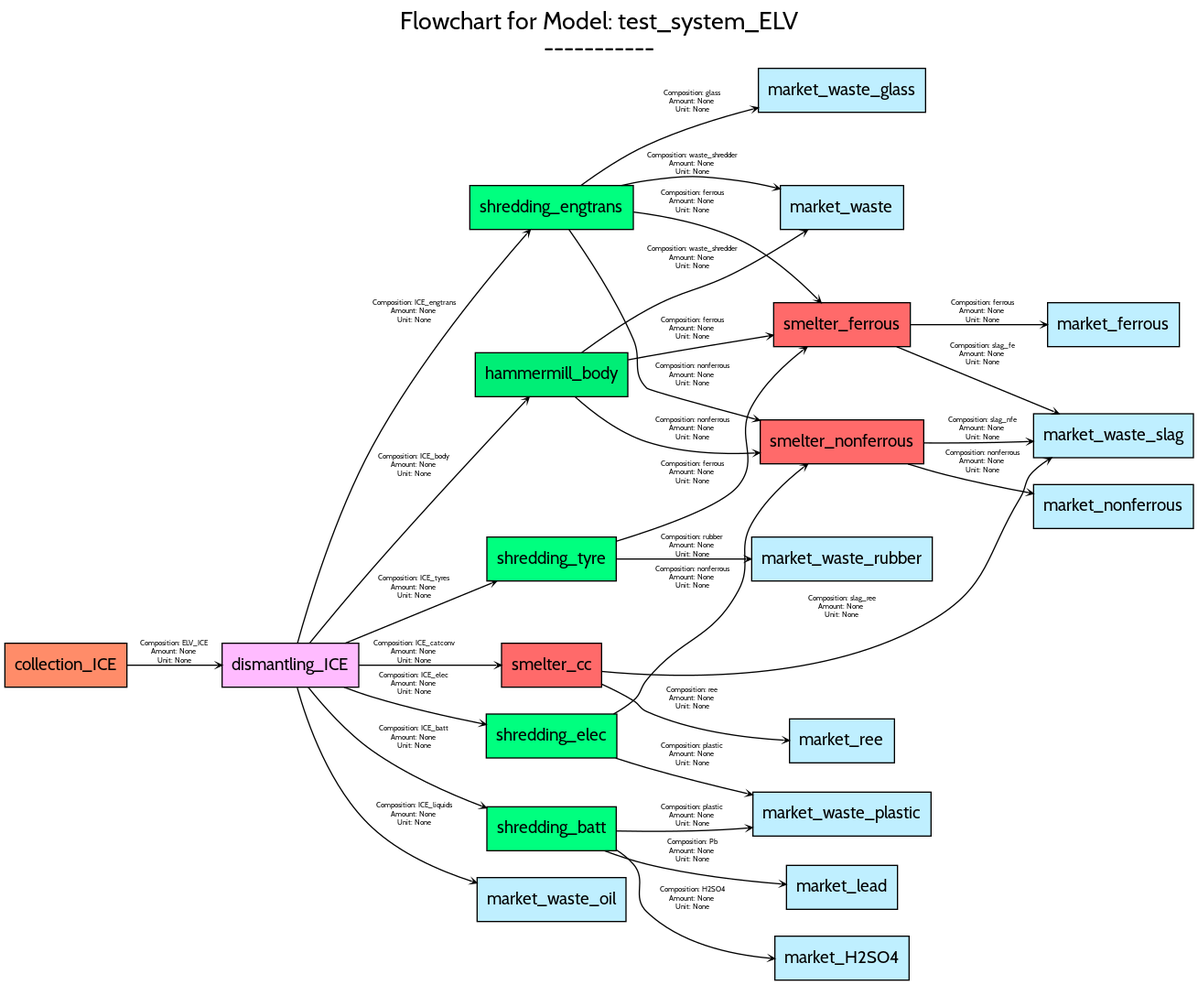
Earlier version of the Graphviz export src/examples/ELV/figures/flowcharts/models/png/test_system_ELV.png (FutuRaM-Project/Recovery-Model). Its source is kept beside it as src/examples/ELV/figures/flowcharts/models/dot/test_system_ELV.dot.
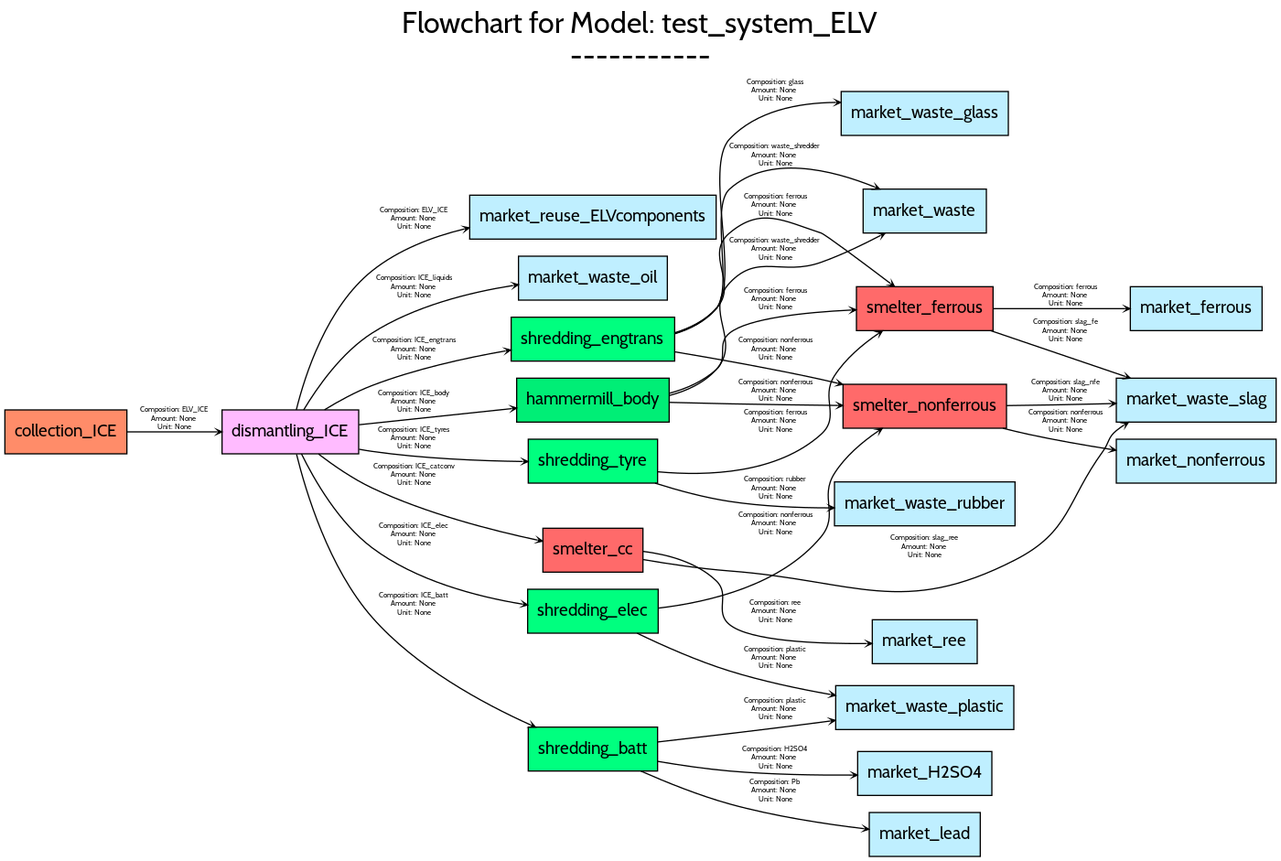
Later version of the same file.

Diff of the diagram source:
```diff
@@ -1,16 +1,16 @@
 digraph {
-	graph [bb="0,0,974,799",
+	graph [bb="0,0,1042,698",
 		engine=neato,
 		fontname=Cabin,
-		fontsize=20,
+		fontsize=24,
 		label="Flowchart for Model: test_system_ELV
 -----------",
 		labeljust=c,
 		labelloc=tc,
-		lheight=0.61,
-		lp="487,773",
-		lwidth=4.54,
-		nodesep=0.3,
+		lheight=0.72,
+		lp="521,668",
+		lwidth=5.43,
+		nodesep=0.2,
 		rankdir=LR,
 		ranksep=0.3
 	];
@@ -29,7 +29,7 @@
 			fontname=Cabin,
 			fontsize=14,
 			height=0.5,
-			pos="50,258",
+			pos="50,348",
 			shape=box,
 			style=filled,
 			width=1.3889];
@@ -48,10 +48,117 @@
 			fontname=Cabin,
 			fontsize=14,
 			height=0.5,
-			pos="234,258",
+			pos="234,348",
 			shape=box,
 			style=filled,
 			width=1.5556];
+	}
+	subgraph market {
+		graph [fontname=Cabin,
+			fontsize=16,
+			label=Market,
+			labelloc=t,
+			margin=25,
+			rank=5,
+			rankdir=LR,
+			style="rounded,filled"
+		];
+		market_reuse_ELVcomponents	[fillcolor=lightblue1,
+			fontname=Cabin,
+			fontsize=14,
+			height=0.5,
+			pos="482,524",
+			shape=box,
+			style=filled,
+			width=2.8056];
+		market_waste_rubber	[fillcolor=lightblue1,
+			fontname=Cabin,
+			fontsize=14,
+			height=0.5,
+			pos="754,289",
+			shape=box,
+			style=filled,
+			width=2.0556];
+		market_ree	[fillcolor=lightblue1,
+			fontname=Cabin,
+			fontsize=14,
+			height=0.5,
+			pos="754,176",
+			shape=box,
+			style=filled,
+			width=1.1944];
+		market_lead	[fillcolor=lightblue1,
+			fontname=Cabin,
+			fontsize=14,
+			height=0.5,
+			pos="754,18",
+			shape=box,
+			style=filled,
+			width=1.2639];
+		market_H2SO4	[fillcolor=lightblue1,
+			fontname=Cabin,
+			fontsize=14,
+			height=0.5,
+			pos="754,68",
+			shape=box,
+			style=filled,
+			width=1.5278];
+		market_nonferrous	[fillcolor=lightblue1,
+			fontname=Cabin,
+			fontsize=14,
+			height=0.5,
+			pos="976.5,324",
+			shape=box,
+			style=filled,
+			width=1.8194];
+		market_ferrous	[fillcolor=lightblue1,
+			fontname=Cabin,
+			fontsize=14,
+			height=0.5,
+			pos="976.5,449",
+			shape=box,
+			style=filled,
+			width=1.5];
+		market_waste	[fillcolor=lightblue1,
+			fontname=Cabin,
+			fontsize=14,
+			height=0.5,
+			pos="754,529",
+			shape=box,
+			style=filled,
+			width=1.4028];
+		market_waste_glass	[fillcolor=lightblue1,
+			fontname=Cabin,
+			fontsize=14,
+			height=0.5,
+			pos="754,609",
+			shape=box,
+			style=filled,
+			width=1.9028];
+		market_waste_plastic	[fillcolor=lightblue1,
+			fontname=Cabin,
+			fontsize=14,
+			height=0.5,
+			pos="754,122",
+			shape=box,
+			style=filled,
+			width=2.0278];
+		market_waste_slag	[fillcolor=lightblue1,
+			fontname=Cabin,
+			fontsize=14,
+			height=0.5,
+			pos="976.5,374",
+			shape=box,
+			style=filled,
+			width=1.8194];
+		market_waste_oil	[fillcolor=lightblue1,
+			fontname=Cabin,
+			fontsize=14,
+			height=0.5,
+			pos="482,474",
+			shape=box,
+			style=filled,
+			width=1.6944];
 	}
 	subgraph shredding {
 		graph [fontname=Cabin,
@@ -67,7 +174,7 @@
 			fontname=Cabin,
 			fontsize=14,
 			height=0.5,
-			pos="448,633",
+			pos="482,424",
 			shape=box,
 			style=filled,
 			width=1.8611];
@@ -75,7 +182,7 @@
 			fontname=Cabin,
 			fontsize=14,
 			height=0.5,
-			pos="448,345",
+			pos="482,324",
 			shape=box,
 			style=filled,
 			width=1.4722];
@@ -83,7 +190,7 @@
 			fontname=Cabin,
 			fontsize=14,
 			height=0.5,
-			pos="448,200",
+			pos="482,201",
 			shape=box,
 			style=filled,
 			width=1.4861];
@@ -91,7 +198,7 @@
 			fontname=Cabin,
 			fontsize=14,
 			height=0.5,
-			pos="448,124",
+			pos="482,88",
 			shape=box,
 			style=filled,
 			width=1.4722];
@@ -110,7 +217,7 @@
 			fontname=Cabin,
 			fontsize=14,
 			height=0.5,
-			pos="448,496",
+			pos="482,374",
 			shape=box,
 			style=filled,
 			width=1.7361];
@@ -129,7 +236,7 @@
 			fontname=Cabin,
 			fontsize=14,
 			height=0.5,
-			pos="448,258",
+			pos="482,251",
 			shape=box,
 			style=filled,
 			width=1.1389];
@@ -137,7 +244,7 @@
 			fontname=Cabin,
 			fontsize=14,
 			height=0.5,
-			pos="686,441",
+			pos="754,369",
 			shape=box,
 			style=filled,
 			width=1.8611];
@@ -145,109 +252,10 @@
 			fontname=Cabin,
 			fontsize=14,
 			height=0.5,
-			pos="686,537",
+			pos="754,449",
 			shape=box,
 			style=filled,
 			width=1.5556];
-	}
-	subgraph market {
-		graph [fontname=Cabin,
-			fontsize=16,
-			label=Market,
-			labelloc=t,
-			margin=25,
-			rank=5,
-			rankdir=LR,
-			style="rounded,filled"
-		];
-		market_waste_rubber	[fillcolor=lightblue1,
-			fontname=Cabin,
-			fontsize=14,
-			height=0.5,
-			pos="686,345",
-			shape=box,
-			style=filled,
-			width=2.0556];
-		market_ree	[fillcolor=lightblue1,
-			fontname=Cabin,
-			fontsize=14,
-			height=0.5,
-			pos="686,196",
-			shape=box,
-			style=filled,
-			width=1.1944];
-		market_lead	[fillcolor=lightblue1,
-			fontname=Cabin,
-			fontsize=14,
-			height=0.5,
-			pos="686,76",
-			shape=box,
-			style=filled,
-			width=1.2639];
-		market_H2SO4	[fillcolor=lightblue1,
-			fontname=Cabin,
-			fontsize=14,
-			height=0.5,
-			pos="686,18",
-			shape=box,
-			style=filled,
-			width=1.5278];
-		market_nonferrous	[fillcolor=lightblue1,
-			fontname=Cabin,
-			fontsize=14,
-			height=0.5,
-			pos="908.5,388",
-			shape=box,
-			style=filled,
-			width=1.8194];
-		market_ferrous	[fillcolor=lightblue1,
-			fontname=Cabin,
-			fontsize=14,
-			height=0.5,
-			pos="908.5,537",
-			shape=box,
-			style=filled,
-			width=1.5];
-		market_waste	[fillcolor=lightblue1,
-			fontname=Cabin,
-			fontsize=14,
-			height=0.5,
-			pos="686,633",
-			shape=box,
-			style=filled,
-			width=1.4028];
-		market_waste_glass	[fillcolor=lightblue1,
-			fontname=Cabin,
-			fontsize=14,
-			height=0.5,
-			pos="686,729",
-			shape=box,
-			style=filled,
-			width=1.9028];
-		market_waste_plastic	[fillcolor=lightblue1,
-			fontname=Cabin,
-			fontsize=14,
-			height=0.5,
-			pos="686,136",
-			shape=box,
-			style=filled,
-			width=2.0278];
-		market_waste_slag	[fillcolor=lightblue1,
-			fontname=Cabin,
-			fontsize=14,
-			height=0.5,
-			pos="908.5,446",
-			shape=box,
-			style=filled,
-			width=1.8194];
-		market_waste_oil	[fillcolor=lightblue1,
-			fontname=Cabin,
-			fontsize=14,
-			height=0.5,
-			pos="448,66",
-			shape=box,
-			style=filled,
-			width=1.6944];
 	}
 	collection_ICE -> dismantling_ICE	[arrowhead=vee,
 		arrowsize=0.4,
@@ -257,8 +265,28 @@
 		label="Composition: ELV_ICE
 Amount: None
 Unit: None",
-		lp="139,268.5",
-		pos="e,177.93,258 100.25,258 122.94,258 150.05,258 173.84,258"];
+		lp="139,358.5",
+		pos="e,177.93,348 100.25,348 122.94,348 150.05,348 173.84,348"];
+	dismantling_ICE -> market_reuse_ELVcomponents	[arrowhead=vee,
+		arrowsize=0.4,
+		color=black,
+		fontname=Cabin,
+		fontsize=6,
+		label="Composition: ELV_ICE
+Amount: None
+Unit: None",
+		lp="335.5,522.5",
+		pos="e,380.65,515.27 238.86,366.01 245.98,394.67 263.95,450.44 301,480 322.57,497.21 349.9,507.83 376.7,514.34"];
+	dismantling_ICE -> market_waste_oil	[arrowhead=vee,
+		arrowsize=0.4,
+		color=black,
+		fontname=Cabin,
+		fontsize=6,
+		label="Composition: ICE_liquids
+Amount: None
+Unit: None",
+		lp="335.5,466.5",
+		pos="e,420.9,468.67 244.92,366.02 256.11,384.64 276.04,413.14 301,429 335.62,450.99 380.33,462.24 416.52,467.99"];
 	dismantling_ICE -> shredding_engtrans	[arrowhead=vee,
 		arrowsize=0.4,
 		color=black,
@@ -267,8 +295,8 @@
 		label="Composition: ICE_engtrans
 Amount: None
 Unit: None",
-		lp="335.5,547.5",
-		pos="e,430.55,614.77 239.77,276 248.95,309.12 270.85,381.38 301,437 338.22,505.66 397.39,576.91 427.71,611.53"];
+		lp="335.5,415.5",
+		pos="e,414.59,415.1 261.98,366.11 273.58,373.2 287.54,380.85 301,386 335.97,399.37 376.66,408.47 410.5,414.4"];
 	dismantling_ICE -> shredding_tyre	[arrowhead=vee,
 		arrowsize=0.4,
 		color=black,
@@ -277,8 +305,8 @@
 		label="Composition: ICE_tyres
 Amount: None
 Unit: None",
-		lp="335.5,321.5",
-		pos="e,403.13,327 278.93,276.03 314.03,290.43 363.16,310.59 399.24,325.4"];
+		lp="335.5,342.5",
+		pos="e,428.77,323.66 290.31,333.77 293.91,333.1 297.5,332.5 301,332 342.07,326.17 388.89,324.23 424.48,323.72"];
 	dismantling_ICE -> shredding_elec	[arrowhead=vee,
 		arrowsize=0.4,
 		color=black,
@@ -287,8 +315,8 @@
 		label="Composition: ICE_elec
 Amount: None
 Unit: None",
-		lp="335.5,242.5",
-		pos="e,394.45,209.41 277.96,239.94 285.56,237.07 293.46,234.3 301,232 330.1,223.14 363.17,215.68 390.46,210.2"];
+		lp="335.5,263.5",
+		pos="e,428.48,206.11 243.1,329.98 253.56,308.68 273.71,273.51 301,253 336.88,226.03 386.37,213.03 424.37,206.77"];
 	dismantling_ICE -> shredding_batt	[arrowhead=vee,
 		arrowsize=0.4,
 		color=black,
@@ -297,8 +325,8 @@
 		label="Composition: ICE_batt
 Amount: None
 Unit: None",
-		lp="335.5,198.5",
-		pos="e,394.68,141.08 248.55,239.97 260.87,224.56 280.25,202.63 301,188 328.39,168.7 362.52,153.34 390.9,142.51"];
+		lp="335.5,206.5",
+		pos="e,434.89,106.02 239.07,329.64 246.66,298.91 265.53,236.45 301,196 336.62,155.39 391.33,125.6 431.09,107.72"];
 	dismantling_ICE -> hammermill_body	[arrowhead=vee,
 		arrowsize=0.4,
 		color=black,
@@ -307,8 +335,8 @@
 		label="Composition: ICE_body
 Amount: None
 Unit: None",
-		lp="335.5,421.5",
-		pos="e,429.63,477.65 249.7,276.09 262.93,292.23 282.98,316.43 301,337 344.84,387.05 398.09,444.15 426.61,474.45"];
+		lp="335.5,372.5",
+		pos="e,419.5,367.5 290.21,353.83 327.25,357.75 376.21,362.93 415.27,367.05"];
 	dismantling_ICE -> smelter_cc	[arrowhead=vee,
 		arrowsize=0.4,
 		color=black,
@@ -317,18 +345,30 @@
 		label="Composition: ICE_catconv
 Amount: None
 Unit: None",
-		lp="335.5,268.5",
-		pos="e,406.86,258 290.15,258 325.14,258 369.81,258 402.53,258"];
-	dismantling_ICE -> market_waste_oil	[arrowhead=vee,
+		lp="335.5,312.5",
+		pos="e,440.66,258.41 257.06,329.84 269.37,320.44 285.35,309.41 301,302 345.04,281.14 399.28,267.21 436.65,259.26"];
+	shredding_engtrans -> market_waste	[arrowhead=vee,
 		arrowsize=0.4,
 		color=black,
 		fontname=Cabin,
 		fontsize=6,
-		label="Composition: ICE_liquids
+		label="Composition: waste_shredder
 Amount: None
 Unit: None",
-		lp="335.5,135.5",
-		pos="e,386.82,79.613 239.6,239.54 247.54,211.24 266.39,157.05 301,125 323.75,103.93 355,89.948 382.75,80.91"];
+		lp="631.5,574.5",
+		pos="e,717.01,547.05 549.03,428.67 561.92,432.57 574.16,438.9 583,449 597.43,465.49 577.66,532.39 594,547 626.07,575.67 677.52,563.07 \
+713.17,548.64"];
+	shredding_engtrans -> market_waste_glass	[arrowhead=vee,
+		arrowsize=0.4,
+		color=black,
+		fontname=Cabin,
+		fontsize=6,
+		label="Composition: glass
+Amount: None
+Unit: None",
+		lp="631.5,627.5",
+		pos="e,685.13,618.04 549.02,428.38 561.99,432.28 574.27,438.69 583,449 603.02,472.65 572.67,565.52 594,588 615.92,611.1 649.99,617.75 \
+680.97,618.04"];
 	shredding_engtrans -> smelter_nonferrous	[arrowhead=vee,
 		arrowsize=0.4,
 		color=black,
@@ -337,9 +377,8 @@
 		label="Composition: nonferrous
 Amount: None
 Unit: None",
-		lp="563.5,495.5",
-		pos="e,618.65,458.58 462.36,614.75 477.06,593.95 500.51,558.48 515,525 522.32,508.08 512.97,498.05 526,485 527.73,483.27 572.88,470.86 \
-614.62,459.66"];
+		lp="631.5,415.5",
+		pos="e,686.63,386.91 549.11,413.6 584.76,407.66 629.44,399.68 669,391 673.49,390.02 678.1,388.95 682.73,387.85"];
 	shredding_engtrans -> smelter_ferrous	[arrowhead=vee,
 		arrowsize=0.4,
 		color=black,
@@ -348,29 +387,19 @@
 		label="Composition: ferrous
 Amount: None
 Unit: None",
-		lp="563.5,637.5",
-		pos="e,668.87,555.02 515.21,629.26 542.72,625.81 574.38,619.28 601,607 626.21,595.37 650.03,574.19 665.82,558.16"];
-	shredding_engtrans -> market_waste	[arrowhead=vee,
+		lp="631.5,533.5",
+		pos="e,729.19,467.14 549.07,429.26 561.8,433.14 573.97,439.32 583,449 602.09,469.46 572.55,493.02 594,511 619.55,532.41 637.34,521.42 \
+669,511 672.34,509.9 702.57,487.3 725.81,469.7"];
+	shredding_tyre -> market_waste_rubber	[arrowhead=vee,
 		arrowsize=0.4,
 		color=black,
 		fontname=Cabin,
 		fontsize=6,
-		label="Composition: waste_shredder
+		label="Composition: rubber
 Amount: None
 Unit: None",
-		lp="563.5,668.5",
-		pos="e,635.22,648.28 505.38,651.04 512.27,652.67 519.25,654.06 526,655 559.01,659.62 567.94,659.26 601,655 610.9,653.73 621.3,651.64 \
-631.27,649.24"];
-	shredding_engtrans -> market_waste_glass	[arrowhead=vee,
-		arrowsize=0.4,
-		color=black,
-		fontname=Cabin,
-		fontsize=6,
-		label="Composition: glass
-Amount: None
-Unit: None",
-		lp="563.5,719.5",
-		pos="e,617.22,714.73 472.16,651.09 486.89,661.89 506.76,675.17 526,684 553.46,696.61 585.24,706.46 613.13,713.69"];
+		lp="631.5,301.5",
+		pos="e,679.83,285.71 532.89,305.97 551.77,300 573.63,294.1 594,291 620.43,286.99 649.61,285.72 675.68,285.7"];
 	shredding_tyre -> smelter_ferrous	[arrowhead=vee,
 		arrowsize=0.4,
 		color=black,
@@ -379,19 +408,19 @@
 		label="Composition: ferrous
 Amount: None
 Unit: None",
-		lp="563.5,415.5",
-		pos="e,657.48,518.84 501.06,359.56 539.7,371.42 587.87,388.8 601,405 619.45,427.76 598.01,444.26 612,470 622.01,488.41 639.01,504.46 \
-654.1,516.24"];
-	shredding_tyre -> market_waste_rubber	[arrowhead=vee,
+		lp="631.5,356.5",
+		pos="e,719.24,430.77 535.26,315.28 576.62,311.52 633.19,313.85 669,346 685.29,360.62 668.09,375.64 680,394 688.99,407.87 702.75,419.56 \
+715.91,428.55"];
+	shredding_elec -> market_waste_plastic	[arrowhead=vee,
 		arrowsize=0.4,
 		color=black,
 		fontname=Cabin,
 		fontsize=6,
-		label="Composition: rubber
+		label="Composition: plastic
 Amount: None
 Unit: None",
-		lp="563.5,355.5",
-		pos="e,611.57,345 501.08,345 532.26,345 572.47,345 607.34,345"];
+		lp="631.5,162.5",
+		pos="e,680.91,132.01 518.19,182.98 539.63,172.63 567.85,160.12 594,152 620.48,143.78 650.19,137.43 676.69,132.74"];
 	shredding_elec -> smelter_nonferrous	[arrowhead=vee,
 		arrowsize=0.4,
 		color=black,
@@ -400,19 +429,9 @@
 		label="Composition: nonferrous
 Amount: None
 Unit: None",
-		lp="563.5,329.5",
-		pos="e,658.05,423 498.84,218.05 504.6,221.22 510.14,224.86 515,229 521.85,234.83 520.3,239.04 526,246 555.49,281.98 578.77,278.14 601,\
-319 612.91,340.9 599.77,352.28 612,374 622.36,392.4 639.56,408.55 654.66,420.39"];
-	shredding_elec -> market_waste_plastic	[arrowhead=vee,
-		arrowsize=0.4,
-		color=black,
-		fontname=Cabin,
-		fontsize=6,
-		label="Composition: plastic
-Amount: None
-Unit: None",
-		lp="563.5,184.5",
-		pos="e,612.61,151.84 500.57,181.87 509.03,179.1 517.73,176.38 526,174 552.67,166.33 582.16,158.97 608.42,152.81"];
+		lp="631.5,272.5",
+		pos="e,719.13,350.85 535.54,203.52 578.23,208.54 636.5,222.73 669,262 684.06,280.2 667.32,294.07 680,314 688.88,327.95 702.62,339.65 \
+715.79,348.63"];
 	shredding_batt -> market_lead	[arrowhead=vee,
 		arrowsize=0.4,
 		color=black,
@@ -421,8 +440,8 @@
 		label="Composition: Pb
 Amount: None
 Unit: None",
-		lp="563.5,105.5",
-		pos="e,640.28,78.453 491.59,105.87 502.63,101.75 514.62,97.779 526,95 562.31,86.13 604.35,81.336 636.07,78.784"];
+		lp="631.5,53.5",
+		pos="e,708.21,22.267 521.28,69.942 542.33,60.665 569.15,49.891 594,43 630.21,32.958 672.24,26.568 704,22.764"];
 	shredding_batt -> market_H2SO4	[arrowhead=vee,
 		arrowsize=0.4,
 		color=black,
@@ -431,9 +450,8 @@
 		label="Composition: H2SO4
 Amount: None
 Unit: None",
-		lp="563.5,66.5",
-		pos="e,630.91,17.625 501.1,106.65 506.27,103.39 511.06,99.533 515,95 526.82,81.411 513.01,68.475 526,56 552.65,30.401 593.33,21.012 626.86,\
-17.966"];
+		lp="631.5,80.5",
+		pos="e,698.81,66.697 535.03,77.929 553.57,74.775 574.65,71.681 594,70 627.3,67.107 664.66,66.503 694.8,66.67"];
 	shredding_batt -> market_waste_plastic	[arrowhead=vee,
 		arrowsize=0.4,
 		color=black,
@@ -442,8 +460,19 @@
 		label="Composition: plastic
 Amount: None
 Unit: None",
-		lp="563.5,134.5",
-		pos="e,612.68,125 501.12,122.18 530.49,121.61 567.83,121.64 601,124 603.51,124.18 606.05,124.39 608.62,124.62"];
+		lp="631.5,120.5",
+		pos="e,680.62,111.55 535.16,93.828 572.46,98.08 623.86,104.11 669,110 671.49,110.33 674.03,110.66 676.58,111"];
+	hammermill_body -> market_waste	[arrowhead=vee,
+		arrowsize=0.4,
+		color=black,
+		fontname=Cabin,
+		fontsize=6,
+		label="Composition: waste_shredder
+Amount: None
+Unit: None",
+		lp="631.5,497.5",
+		pos="e,721.49,510.98 544.56,377.79 558.96,381.54 572.99,388.03 583,399 604.53,422.59 572.22,446.65 594,470 617.32,494.99 636.82,475.5 \
+669,487 685.56,492.92 703.08,501.31 717.8,509.03"];
 	hammermill_body -> smelter_nonferrous	[arrowhead=vee,
 		arrowsize=0.4,
 		color=black,
@@ -452,8 +481,8 @@
 		label="Composition: nonferrous
 Amount: None
 Unit: None",
-		lp="563.5,451.5",
-		pos="e,618.62,432.04 467.38,477.77 481.92,464.72 503.47,448.22 526,441 554.06,432.01 586.37,430.51 614.5,431.83"];
+		lp="631.5,381.5",
+		pos="e,686.85,369.62 544.64,372.18 560.71,371.74 578,371.32 594,371 623.07,370.42 655.13,369.98 682.8,369.66"];
 	hammermill_body -> smelter_ferrous	[arrowhead=vee,
 		arrowsize=0.4,
 		color=black,
@@ -462,19 +491,9 @@
 		label="Composition: ferrous
 Amount: None
 Unit: None",
-		lp="563.5,533.5",
-		pos="e,629.74,528.39 510.75,508.2 515.9,509.17 521.04,510.11 526,511 558.94,516.9 595.81,522.96 625.75,527.75"];
-	hammermill_body -> market_waste	[arrowhead=vee,
-		arrowsize=0.4,
-		color=black,
-		fontname=Cabin,
-		fontsize=6,
-		label="Composition: waste_shredder
-Amount: None
-Unit: None",
-		lp="563.5,591.5",
-		pos="e,657.99,614.83 472.82,514.24 487.65,525.11 507.37,538.75 526,549 557.75,566.47 568.83,564.3 601,581 619.26,590.48 638.84,602.49 \
-654.51,612.58"];
+		lp="631.5,456.5",
+		pos="e,697.74,448.05 544.71,379.63 558.59,383.4 572.35,389.43 583,399 593.56,408.49 582.89,420.16 594,429 609.17,441.08 654.98,445.93 \
+693.55,447.85"];
 	smelter_cc -> market_ree	[arrowhead=vee,
 		arrowsize=0.4,
 		color=black,
@@ -483,9 +502,9 @@
 		label="Composition: ree
 Amount: None
 Unit: None",
-		lp="563.5,230.5",
-		pos="e,642.79,196.33 489.32,242.37 498.02,238.43 507,233.91 515,229 520.39,225.7 520.23,222.56 526,220 561.65,204.17 605.75,198.47 638.46,\
-196.56"];
+		lp="631.5,200.5",
+		pos="e,710.72,174.55 523,250.04 543.33,247.52 567.04,241.16 583,226 595.13,214.48 581,200.53 594,190 610.72,176.45 665.69,174.19 706.34,\
+174.51"];
 	smelter_cc -> market_waste_slag	[arrowhead=vee,
 		arrowsize=0.4,
 		color=black,
@@ -494,9 +513,9 @@
 		label="Composition: slag_ree
 Amount: None
 Unit: None",
-		lp="686,305.5",
-		pos="e,857.7,427.95 489.1,252.9 551.71,246.98 674.37,243.78 760,295 807,323.11 803.66,348.14 832,395 837.66,404.35 835.11,409.43 843,\
-417 846.39,420.25 850.21,423.18 854.25,425.81"];
+		lp="754,253.5",
+		pos="e,920.94,355.83 523.17,243.34 544.18,239.72 570.38,235.8 594,234 697.78,226.1 735.38,195.53 828,243 873.28,266.2 870.14,290.81 900,\
+332 905.28,339.29 904.02,343.32 911,349 913.02,350.64 915.15,352.18 917.38,353.63"];
 	smelter_nonferrous -> market_nonferrous	[arrowhead=vee,
 		arrowsize=0.4,
 		color=black,
@@ -505,8 +524,8 @@
 		label="Composition: nonferrous
 Amount: None
 Unit: None",
-		lp="801.5,424.5",
-		pos="e,842.91,398.62 740.04,422.87 750.25,419.68 760.91,416.57 771,414 792.9,408.42 817.04,403.44 838.86,399.37"];
+		lp="869.5,356.5",
+		pos="e,910.66,332.99 818.12,350.94 825.14,349.16 832.2,347.47 839,346 860.86,341.26 884.9,337.05 906.63,333.62"];
 	smelter_nonferrous -> market_waste_slag	[arrowhead=vee,
 		arrowsize=0.4,
 		color=black,
@@ -515,8 +534,8 @@
 		label="Composition: slag_nfe
 Amount: None
 Unit: None",
-		lp="801.5,451.5",
-		pos="e,842.85,441.44 753.06,440.08 777.83,439.98 806.21,440.15 832,441 834.22,441.07 836.47,441.16 838.74,441.25"];
+		lp="869.5,381.5",
+		pos="e,910.84,371.32 821.05,369.55 845.82,369.85 874.2,370.31 900,371 902.21,371.06 904.46,371.12 906.73,371.19"];
 	smelter_ferrous -> market_ferrous	[arrowhead=vee,
 		arrowsize=0.4,
 		color=black,
@@ -525,8 +544,8 @@
 		label="Composition: ferrous
 Amount: None
 Unit: None",
-		lp="801.5,547.5",
-		pos="e,854.27,537 742.07,537 775.05,537 816.89,537 850.24,537"];
+		lp="869.5,459.5",
+		pos="e,922.27,449 810.07,449 843.05,449 884.89,449 918.24,449"];
 	smelter_ferrous -> market_waste_slag	[arrowhead=vee,
 		arrowsize=0.4,
 		color=black,
@@ -535,6 +554,6 @@
 		label="Composition: slag_fe
 Amount: None
 Unit: None",
-		lp="801.5,512.5",
-		pos="e,863.76,464.05 730.83,518.91 768.03,503.56 821.32,481.57 859.63,465.76"];
+		lp="869.5,430.5",
+		pos="e,922.48,392.03 808.1,430.94 841.4,419.61 884.33,405.01 918.38,393.43"];
 }
```
